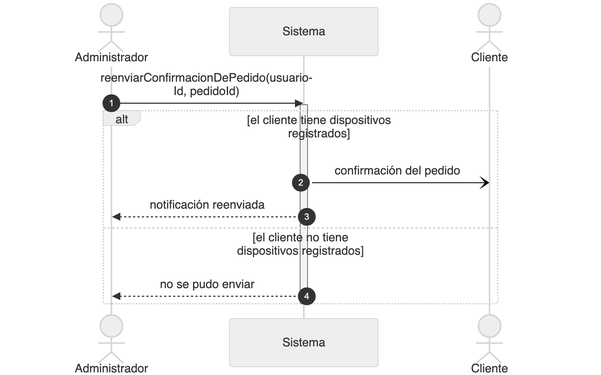
Above: diagramas/png/DSS_CU-101_Reenviar-Notificacion-De-Confirmacion-De-Pedido.png in Nahuelito-Dev/splg-docs (Mermaid), before the change. Its source is kept beside it as diagramas/DSS_CU-101_Reenviar-Notificacion-De-Confirmacion-De-Pedido.mmd. The source it was exported from:
```mermaid
sequenceDiagram
    title DSS — CU-101 Reenviar Notificacion De Confirmacion De Pedido
    autonumber
    actor ADM as Administrador General
    participant SIS as Sistema
    actor CLI as Cliente

    ADM->>SIS: reenviarConfirmacionDePedido(usuarioId, pedidoId)
    activate SIS
    alt el cliente tiene dispositivos registrados
        SIS-)CLI: confirmación del pedido
        SIS-->>ADM: notificación reenviada
    else el cliente no tiene dispositivos registrados
        SIS-->>ADM: no se pudo enviar
    else quien pide no es el Administrador General
        SIS-->>ADM: acceso denegado
    end
    deactivate SIS
```
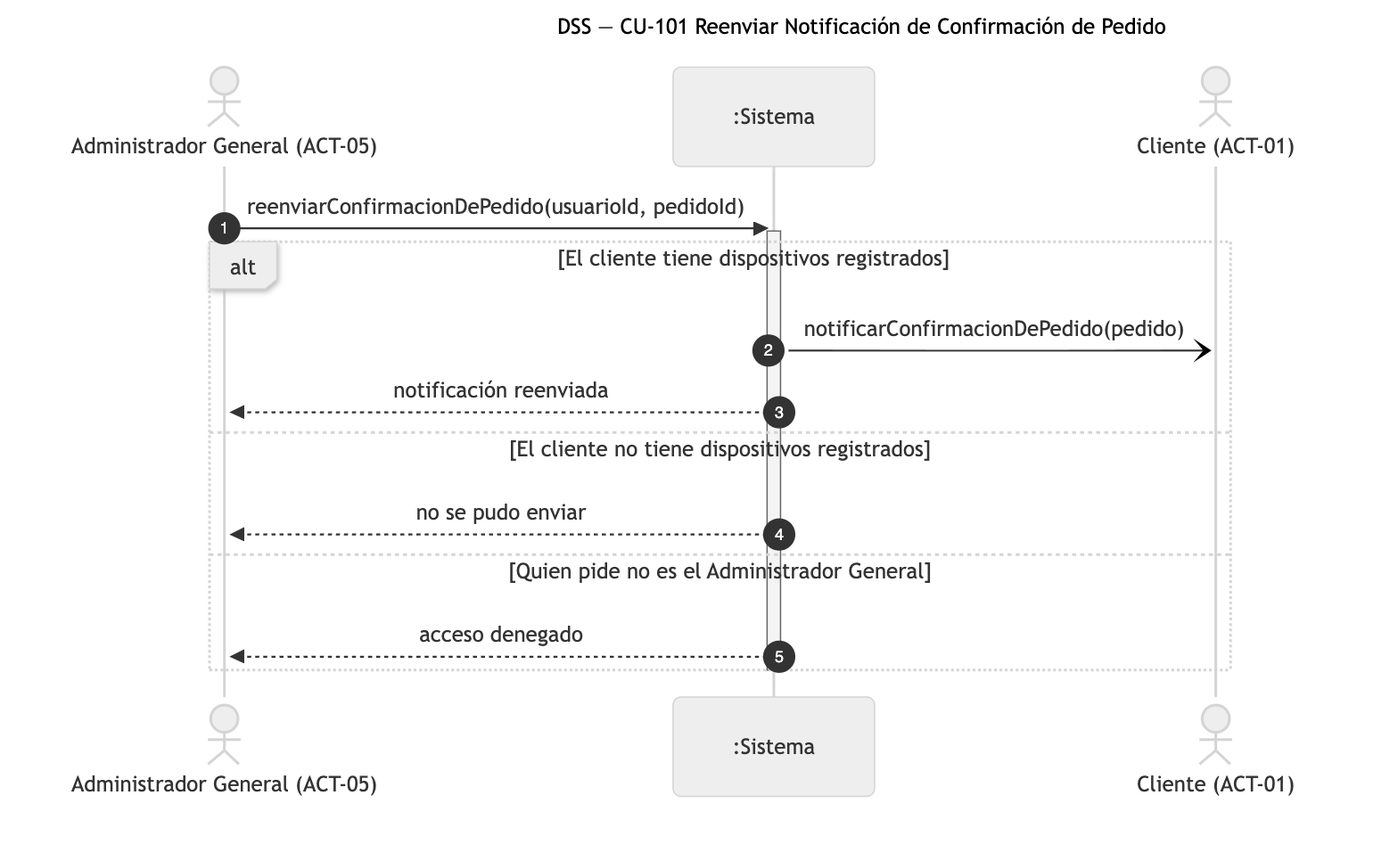
After the commit.

The edit, as a diff of the source:
```diff
@@ -1,18 +1,18 @@
 sequenceDiagram
-    title DSS — CU-101 Reenviar Notificacion De Confirmacion De Pedido
+    title DSS — CU-101 Reenviar Notificación de Confirmación de Pedido
     autonumber
-    actor ADM as Administrador General
-    participant SIS as Sistema
-    actor CLI as Cliente
+    actor ADM as Administrador General (ACT-05)
+    participant SIS as :Sistema
+    actor CLI as Cliente (ACT-01)
 
     ADM->>SIS: reenviarConfirmacionDePedido(usuarioId, pedidoId)
     activate SIS
-    alt el cliente tiene dispositivos registrados
-        SIS-)CLI: confirmación del pedido
+    alt El cliente tiene dispositivos registrados
+        SIS-)CLI: notificarConfirmacionDePedido(pedido)
         SIS-->>ADM: notificación reenviada
-    else el cliente no tiene dispositivos registrados
+    else El cliente no tiene dispositivos registrados
         SIS-->>ADM: no se pudo enviar
-    else quien pide no es el Administrador General
+    else Quien pide no es el Administrador General
         SIS-->>ADM: acceso denegado
     end
     deactivate SIS
```
